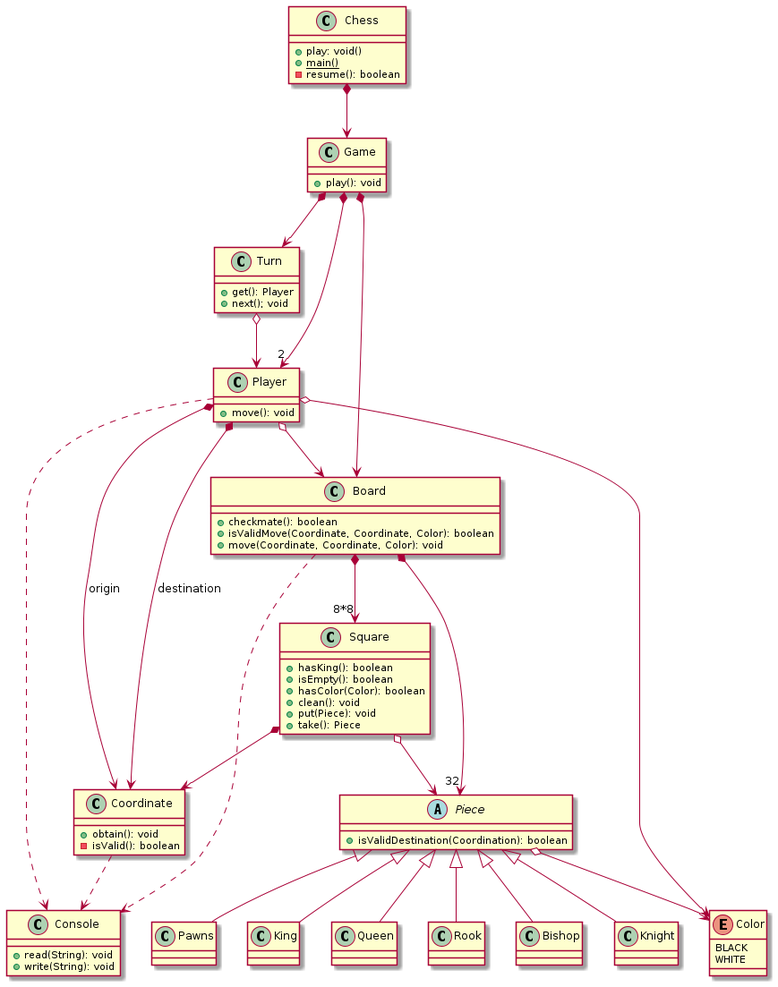
Master-Desarrollo-20-21/ejercicio-4-ajedrez-polimorfismo-jdcanete keeps this PlantUML diagram as docs/out/docs/publicView/publicView.png. Above is the earlier version.
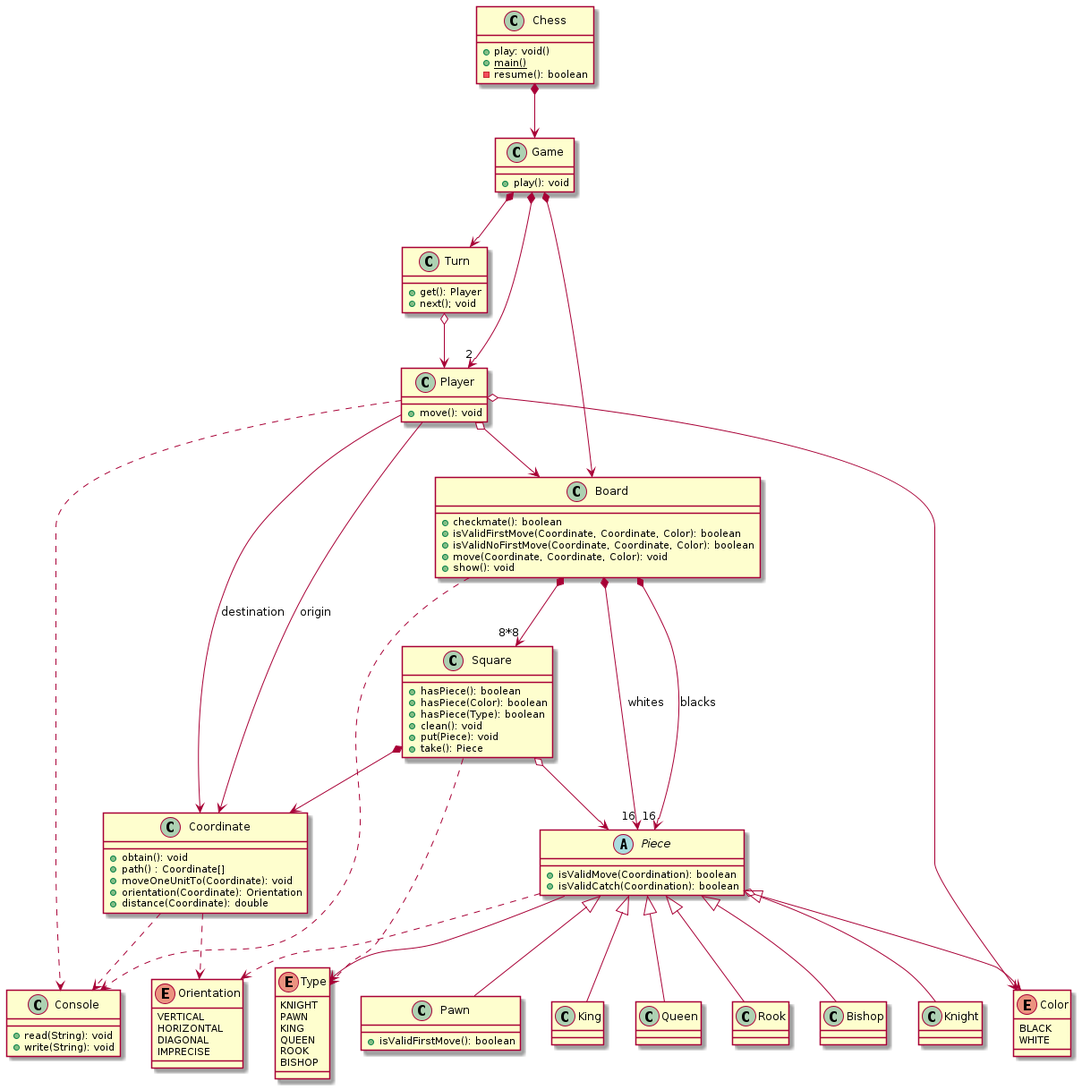
After the change.

The edit, as a diff of the source:
```diff
@@ -33,8 +33,8 @@
 }
 
 Player ..> Console
-Player *--> Coordinate: "origin"
-Player *--> Coordinate: "destination"
+Player --> Coordinate: "origin"
+Player --> Coordinate: "destination"
 Player o--> Color
 
 enum Color {
@@ -44,18 +44,33 @@
 
 class Coordinate {
     + obtain(): void
-    - isValid(): boolean
+    + path() : Coordinate[]
+    + moveOneUnitTo(Coordinate): void
+    + orientation(Coordinate): Orientation
+    + distance(Coordinate): double
+}
+
+Coordinate ..> Orientation
+
+enum Orientation {
+    VERTICAL
+    HORIZONTAL
+    DIAGONAL
+    IMPRECISE
 }
 
 class Board {
-    + isValidMove(Coordinate, Coordinate, Color): boolean
+    + isValidFirstMove(Coordinate, Coordinate, Color): boolean
+    + isValidNoFirstMove(Coordinate, Coordinate, Color): boolean
     + move(Coordinate, Coordinate, Color): void
+    + show(): void
 }
 
 Coordinate ..> Console
 Board ..> Console
 Board *--> "8*8" Square
-Board *--> "32" Piece
+Board *--> "16" Piece: "whites"
+Board *--> "16" Piece: "blacks"
 
 class Console {
     + read(String): void
@@ -64,27 +79,44 @@
 
 Square o--> Piece
 Square *--> Coordinate
+Square ..> Type
 
 class Square {
-    + hasKing(): boolean
-    + isEmpty(): boolean
-    + hasColor(Color): boolean
+    + hasPiece(): boolean
+    + hasPiece(Color): boolean
+    + hasPiece(Type): boolean
     + clean(): void
     + put(Piece): void
     + take(): Piece
 }
 
 abstract class Piece {
-    + isValidDestination(Coordination): boolean
+    + isValidMove(Coordination): boolean
+    + isValidCatch(Coordination): boolean
 }
 
 Piece o--> Color
 
 Piece <|-- Bishop
 Piece <|-- Knight
-Piece <|-- Pawns
+Piece <|-- Pawn
 Piece <|-- King
 Piece <|-- Queen
 Piece <|-- Rook
 
+class Pawn {
+    + isValidFirstMove(): boolean
+}
+
+Piece --> Type
+Piece ..> Orientation
+enum Type {
+    KNIGHT
+    PAWN
+    KING
+    QUEEN
+    ROOK
+    BISHOP
+}
+
 @enduml
```
